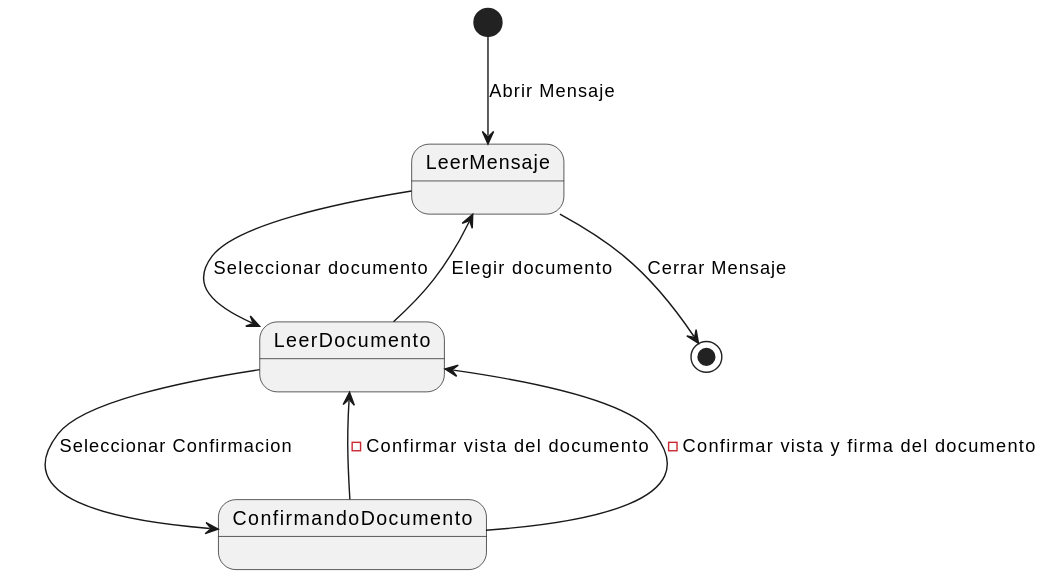
This is docs/modeloDeDominio/diagramaDeEstados/Primera Iteración/diagramaDeEstadosReceptorIteracion1.svg from mmasias/24-25-IdSw1-SDR, a PlantUML export, as it was before one commit. Source of this version:
```plantuml
@startuml
[*] --> LeerMensaje: Abrir Mensaje

LeerMensaje --> LeerDocumento: Seleccionar documento

LeerDocumento --> ConfirmandoDocumento : Seleccionar Confirmacion

state ConfirmandoDocumento <<choice>> {
    ConfirmandoDocumento --> LeerDocumento: - Confirmar vista del documento
    ConfirmandoDocumento --> LeerDocumento: - Confirmar vista y firma del documento
}

LeerDocumento --> LeerMensaje : Elegir documento

LeerMensaje --> [*]: Cerrar Mensaje
@enduml
```
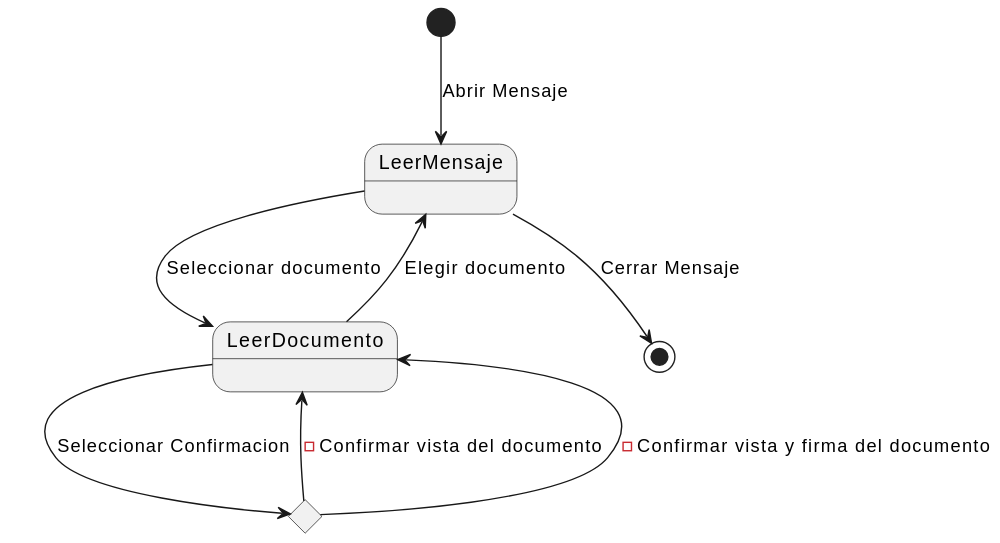
Later version of the same file.

What changed in the source:
```diff
@@ -3,12 +3,12 @@
 
 LeerMensaje --> LeerDocumento: Seleccionar documento
 
-LeerDocumento --> ConfirmandoDocumento : Seleccionar Confirmacion
 
-state ConfirmandoDocumento <<choice>> {
-    ConfirmandoDocumento --> LeerDocumento: - Confirmar vista del documento
-    ConfirmandoDocumento --> LeerDocumento: - Confirmar vista y firma del documento
-}
+state confirmandoDocumento <<choice>>
+confirmandoDocumento --> LeerDocumento: - Confirmar vista del documento
+confirmandoDocumento --> LeerDocumento: - Confirmar vista y firma del documento
+
+LeerDocumento --> confirmandoDocumento : Seleccionar Confirmacion
 
 LeerDocumento --> LeerMensaje : Elegir documento
 
```
